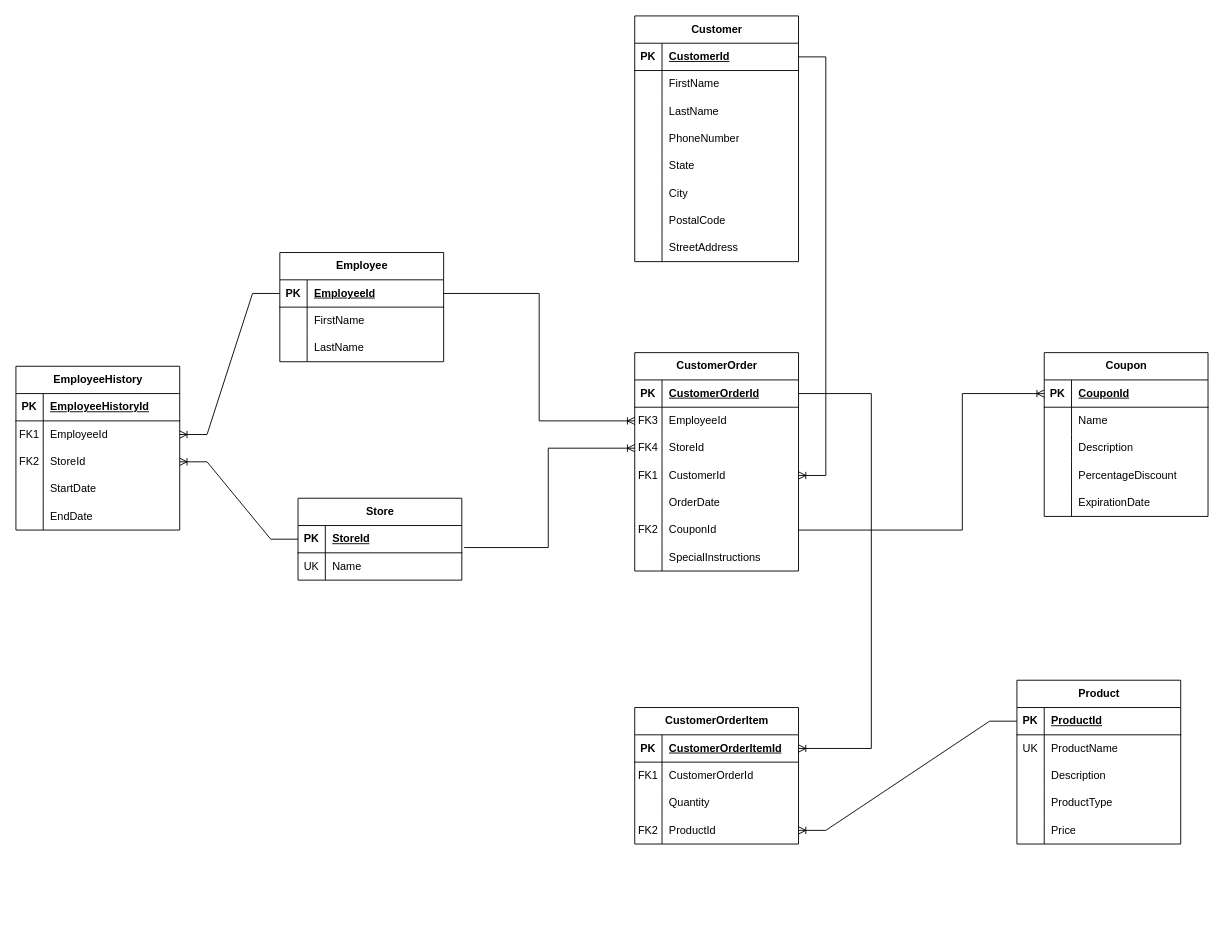
Above: page "Entity Relation diagram after Normalization" (3 of 4) of PizzaDB/PracticePizzaDB.drawio in Devekr63/EssentialSQLSamples (draw.io), before the change. Source tidied: cells renumbered, new cells numbered last; positions are measured from the earlier drawing's top-left corner, leaving out a move shared by most shapes. Both pictures are drawn from the tidied source at 91%, with x=0, y=0 at pixel (15, 15).
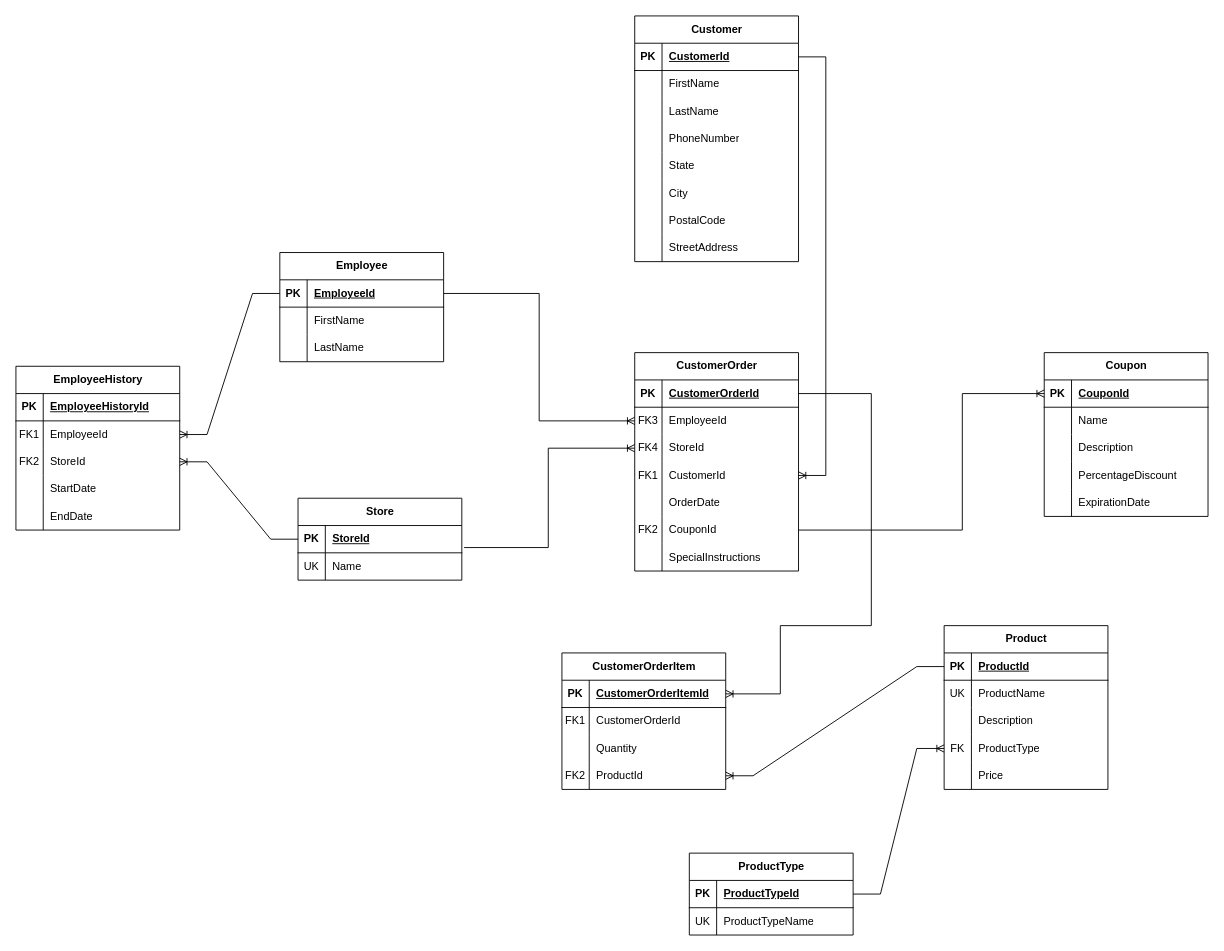
The same page after the edit.

Unchanged cells that the change refers to:
```xml
<mxCell id="20" style="shape=tableRow;horizontal=0;startSize=0;swimlaneHead=0;swimlaneBody=0;fillColor=none;points=[[0,0.5],[1,0.5]];portConstraint=eastwest;top=0;left=0;right=0;bottom=1;" parent="19" vertex="1">
  <mxGeometry y="30" width="180" height="30" as="geometry" />
</mxCell>
<mxCell id="92" style="shape=tableRow;horizontal=0;startSize=0;swimlaneHead=0;swimlaneBody=0;fillColor=none;points=[[0,0.5],[1,0.5]];portConstraint=eastwest;top=0;left=0;right=0;bottom=0;" parent="82" vertex="1">
  <mxGeometry y="120" width="180" height="30" as="geometry" />
</mxCell>
<mxCell id="121" style="shape=tableRow;horizontal=0;startSize=0;swimlaneHead=0;swimlaneBody=0;fillColor=none;points=[[0,0.5],[1,0.5]];portConstraint=eastwest;top=0;left=0;right=0;bottom=1;" parent="120" vertex="1">
  <mxGeometry y="30" width="180" height="30" as="geometry" />
</mxCell>
```

Diff of the diagram source:
```diff
@@
     <mxCell id="82" value="Product" style="shape=table;startSize=30;childLayout=tableLayout;rowLines=0;fontStyle=1;align=center;html=1;" parent="1" vertex="1">
-      <mxGeometry x="1100" y="730" width="180" height="180" as="geometry" />
+      <mxGeometry x="1020" y="670" width="180" height="180" as="geometry" />
     </mxCell>
@@
-    <mxCell id="93" style="shape=partialRectangle;fillColor=none;top=0;left=0;bottom=0;right=0;overflow=hidden;whiteSpace=wrap;html=1;" parent="92" vertex="1">
+    <mxCell id="93" value="FK" style="shape=partialRectangle;fillColor=none;top=0;left=0;bottom=0;right=0;overflow=hidden;whiteSpace=wrap;html=1;" parent="92" vertex="1">
       <mxGeometry width="30" height="30" as="geometry" />
     </mxCell>
@@
     <mxCell id="120" value="CustomerOrderItem" style="shape=table;startSize=30;childLayout=tableLayout;rowLines=0;fontStyle=1;align=center;html=1;" parent="1" vertex="1">
-      <mxGeometry x="680" y="760" width="180" height="150" as="geometry" />
+      <mxGeometry x="600" y="700" width="180" height="150" as="geometry" />
     </mxCell>
@@
     <mxCell id="133" style="edgeStyle=orthogonalEdgeStyle;fontSize=12;html=1;endArrow=ERoneToMany;rounded=0;exitX=1;exitY=0.5;exitDx=0;exitDy=0;entryX=1;entryY=0.5;entryDx=0;entryDy=0;" parent="1" edge="1" source="20" target="121">
       <mxGeometry relative="1" as="geometry">
         <Array as="points">
           <mxPoint x="940" y="415" />
-          <mxPoint x="940" y="805" />
+          <mxPoint x="940" y="670" />
+          <mxPoint x="840" y="670" />
+          <mxPoint x="840" y="745" />
         </Array>
       </mxGeometry>
     </mxCell>
@@
+    <mxCell id="135" value="ProductType" style="shape=table;startSize=30;childLayout=tableLayout;rowLines=0;fontStyle=1;align=center;html=1;" parent="1" vertex="1">
+      <mxGeometry x="740" y="920" width="180" height="90" as="geometry" />
+    </mxCell>
+    <mxCell id="136" style="shape=tableRow;horizontal=0;startSize=0;swimlaneHead=0;swimlaneBody=0;fillColor=none;points=[[0,0.5],[1,0.5]];portConstraint=eastwest;top=0;left=0;right=0;bottom=1;" parent="135" vertex="1">
+      <mxGeometry y="30" width="180" height="30" as="geometry" />
+    </mxCell>
+    <mxCell id="137" value="PK" style="shape=partialRectangle;fillColor=none;top=0;left=0;bottom=0;right=0;fontStyle=1;overflow=hidden;whiteSpace=wrap;html=1;" parent="136" vertex="1">
+      <mxGeometry width="30" height="30" as="geometry" />
+    </mxCell>
+    <mxCell id="138" value="ProductTypeId" style="shape=partialRectangle;fillColor=none;top=0;left=0;bottom=0;right=0;align=left;spacingLeft=6;fontStyle=5;overflow=hidden;whiteSpace=wrap;html=1;" parent="136" vertex="1">
+      <mxGeometry x="30" width="150" height="30" as="geometry" />
+    </mxCell>
+    <mxCell id="139" style="shape=tableRow;horizontal=0;startSize=0;swimlaneHead=0;swimlaneBody=0;fillColor=none;top=0;left=0;right=0;bottom=0;" parent="135" vertex="1">
+      <mxGeometry y="60" width="180" height="30" as="geometry" />
+    </mxCell>
+    <mxCell id="140" value="UK" style="shape=partialRectangle;fillColor=none;top=0;left=0;bottom=0;right=0;overflow=hidden;whiteSpace=wrap;html=1;" parent="139" vertex="1">
+      <mxGeometry width="30" height="30" as="geometry" />
+    </mxCell>
+    <mxCell id="141" value="ProductTypeName" style="shape=partialRectangle;fillColor=none;top=0;left=0;bottom=0;right=0;align=left;spacingLeft=6;overflow=hidden;whiteSpace=wrap;html=1;" parent="139" vertex="1">
+      <mxGeometry x="30" width="150" height="30" as="geometry" />
+    </mxCell>
+    <mxCell id="142" style="edgeStyle=entityRelationEdgeStyle;fontSize=12;html=1;endArrow=ERoneToMany;rounded=0;exitX=1;exitY=0.5;exitDx=0;exitDy=0;entryX=0;entryY=0.5;entryDx=0;entryDy=0;" parent="1" edge="1" source="136" target="92">
+      <mxGeometry relative="1" as="geometry" />
+    </mxCell>
```
